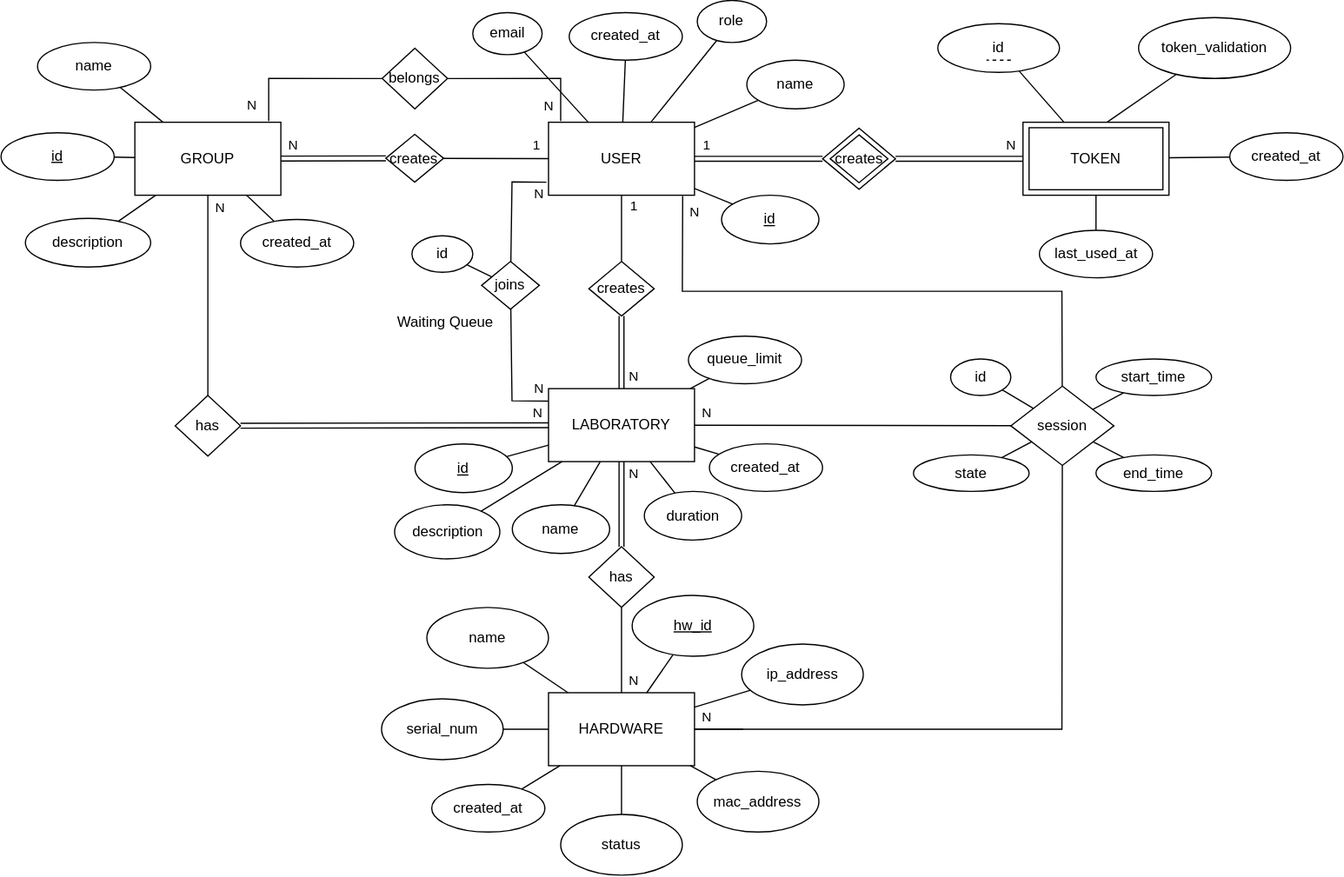
Before: img/DB-diagrams/ERDiagramRL.drawio.svg, a diagram exported from draw.io (isel-remote-lab/documentation). Source tidied: cells renumbered, new cells last; positions are measured from the earlier drawing's top-left corner, leaving out a move shared by most shapes.
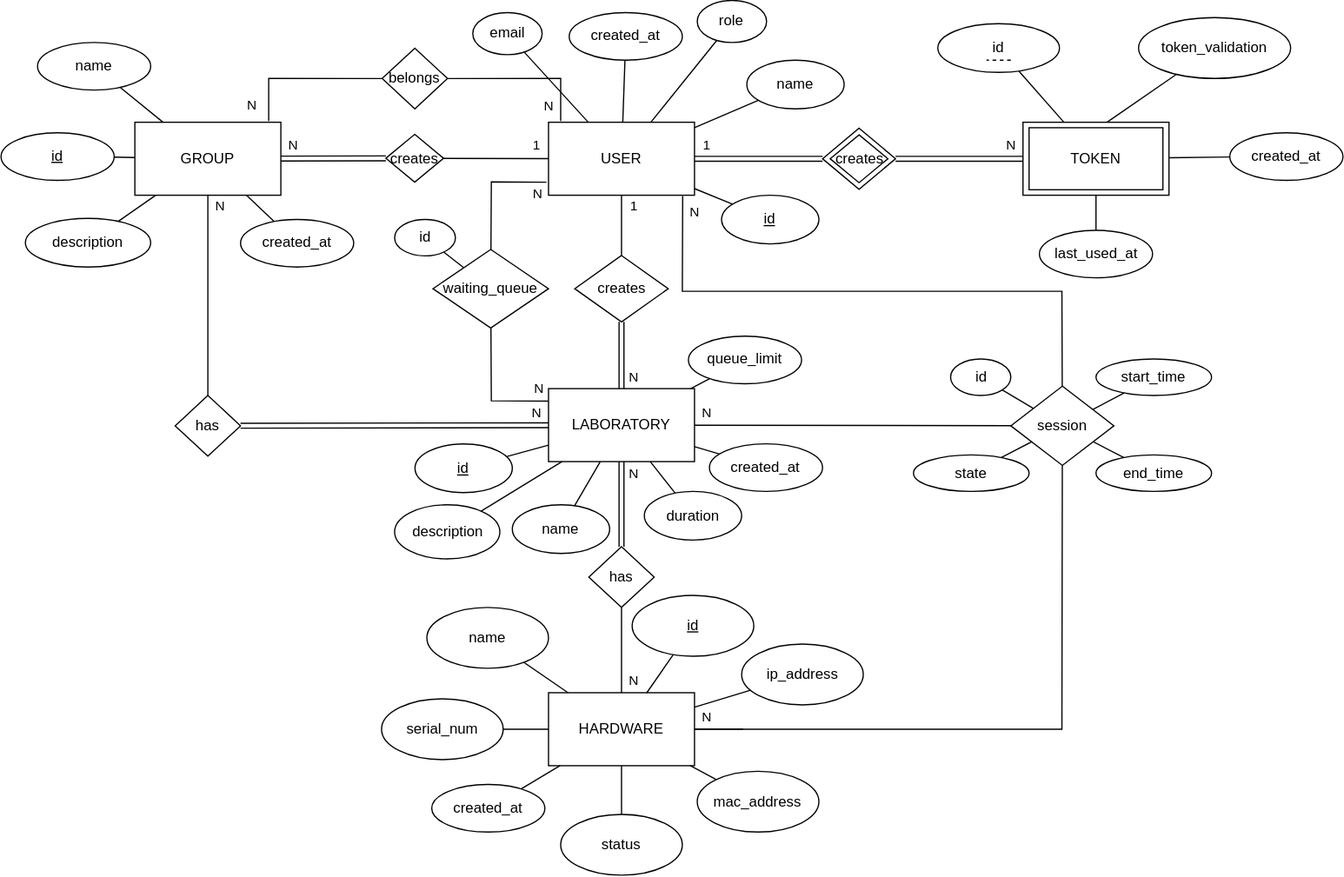
Later version of the same file.

What changed in the source:
```diff
@@ -15,7 +15,7 @@
       <mxGeometry relative="1" as="geometry" />
     </mxCell>
     <mxCell id="6" value="creates" style="rhombus;whiteSpace=wrap;html=1;" parent="1" vertex="1">
-      <mxGeometry x="483.1" y="214.4" width="53.8" height="44.8" as="geometry" />
+      <mxGeometry x="471.6" y="209.6" width="76.9" height="54.6" as="geometry" />
     </mxCell>
     <mxCell id="7" value="LABORATORY" style="rounded=0;whiteSpace=wrap;html=1;" parent="1" vertex="1">
       <mxGeometry x="450" y="319" width="120" height="60" as="geometry" />
@@ -114,7 +114,7 @@
     <mxCell id="35" value="&lt;span&gt;serial_num&lt;/span&gt;" style="ellipse;whiteSpace=wrap;html=1;fontStyle=0;" parent="1" vertex="1">
       <mxGeometry x="312.8" y="574" width="100" height="50" as="geometry" />
     </mxCell>
-    <mxCell id="36" value="hw_id" style="ellipse;whiteSpace=wrap;html=1;fontStyle=4;" parent="1" vertex="1">
+    <mxCell id="36" value="id" style="ellipse;whiteSpace=wrap;html=1;fontStyle=4;" parent="1" vertex="1">
       <mxGeometry x="518.8" y="489" width="100" height="50" as="geometry" />
     </mxCell>
     <mxCell id="37" value="session" style="rhombus;whiteSpace=wrap;html=1;" parent="1" vertex="1">
@@ -142,26 +142,23 @@
     <mxCell id="42" style="endArrow=none;html=1;rounded=0;" parent="1" edge="1" source="35" target="30">
       <mxGeometry relative="1" as="geometry" />
     </mxCell>
-    <mxCell id="43" value="joins" style="rhombus;whiteSpace=wrap;html=1;" parent="1" vertex="1">
-      <mxGeometry x="395" y="214.4" width="47.5" height="39.4" as="geometry" />
+    <mxCell id="43" value="waiting_queue" style="rhombus;whiteSpace=wrap;html=1;" parent="1" vertex="1">
+      <mxGeometry x="355" y="204.6" width="95" height="64.6" as="geometry" />
     </mxCell>
     <mxCell id="44" value="N" style="endArrow=none;html=1;rounded=0;entryX=-0.014;entryY=0.822;entryDx=0;entryDy=0;entryPerimeter=0;" parent="1" edge="1" source="43" target="2">
       <mxGeometry x="0.86" y="-10" relative="1" as="geometry">
         <Array as="points">
-          <mxPoint x="420" y="149" />
+          <mxPoint x="403" y="149" />
         </Array>
       </mxGeometry>
     </mxCell>
     <mxCell id="45" value="N" style="endArrow=none;html=1;rounded=0;entryX=-0.003;entryY=0.172;entryDx=0;entryDy=0;entryPerimeter=0;" parent="1" edge="1" source="43" target="7">
       <mxGeometry x="0.85" y="10" relative="1" as="geometry">
         <Array as="points">
-          <mxPoint x="420" y="329" />
+          <mxPoint x="403" y="329" />
         </Array>
       </mxGeometry>
     </mxCell>
-    <mxCell id="46" value="Waiting Queue" style="text;html=1;align=left;verticalAlign=middle;whiteSpace=wrap;rounded=0;" parent="1" vertex="1">
-      <mxGeometry x="323.5" y="253.8" width="85.8" height="22.1" as="geometry" />
-    </mxCell>
     <mxCell id="47" value="&lt;span&gt;duration&lt;/span&gt;" style="ellipse;whiteSpace=wrap;html=1;fontStyle=0;" parent="1" vertex="1">
       <mxGeometry x="528.8" y="403.5" width="80" height="40" as="geometry" />
     </mxCell>
@@ -240,7 +237,7 @@
       <mxGeometry relative="1" as="geometry" />
     </mxCell>
     <mxCell id="72" value="id" style="ellipse;whiteSpace=wrap;html=1;" parent="1" vertex="1">
-      <mxGeometry x="337.8" y="193.4" width="50" height="30" as="geometry" />
+      <mxGeometry x="323.5" y="179.9" width="50" height="30" as="geometry" />
     </mxCell>
     <mxCell id="73" style="endArrow=none;html=1;rounded=0;" parent="1" edge="1" source="72" target="43">
       <mxGeometry relative="1" as="geometry" />
```
